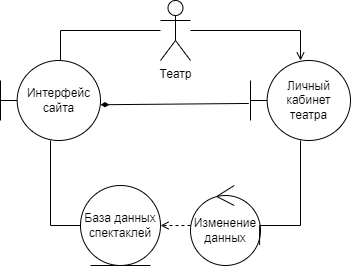
This is src/pract2/gall/uml_fethe_chang.png from yarosshest/MIREA-AnalysisOfSystems, a draw.io export, as it was before one commit. Source tidied: cells renumbered, new cells last; positions are measured from the earlier drawing's top-left corner, leaving out a move shared by most shapes. The source it was exported from:
```xml
<mxGraphModel>
  <root>
    <mxCell id="0" />
    <mxCell id="1" parent="0" />
    <mxCell id="2" style="edgeStyle=orthogonalEdgeStyle;rounded=0;jettySize=auto;html=1;entryX=0;entryY=0.5;entryDx=0;entryDy=0;endArrow=none;endFill=0;" parent="1" edge="1" source="4" target="5">
      <mxGeometry relative="1" as="geometry" />
    </mxCell>
    <mxCell id="3" style="edgeStyle=orthogonalEdgeStyle;rounded=0;jettySize=auto;html=1;endArrow=none;endFill=0;" parent="1" edge="1" source="4" target="11">
      <mxGeometry relative="1" as="geometry">
        <Array as="points">
          <mxPoint x="60" y="30" />
        </Array>
      </mxGeometry>
    </mxCell>
    <mxCell id="4" value="Интерфейс сайта" style="shape=umlBoundary;whiteSpace=wrap;html=1;" parent="1" vertex="1">
      <mxGeometry y="60" width="100" height="80" as="geometry" />
    </mxCell>
    <mxCell id="5" value="База данных спектаклей" style="ellipse;shape=umlEntity;whiteSpace=wrap;html=1;" parent="1" vertex="1">
      <mxGeometry x="80" y="185" width="80" height="80" as="geometry" />
    </mxCell>
    <mxCell id="6" style="edgeStyle=orthogonalEdgeStyle;rounded=0;jettySize=auto;html=1;endArrow=open;endFill=0;dashed=1;" parent="1" edge="1" source="7" target="5">
      <mxGeometry relative="1" as="geometry">
        <Array as="points">
          <mxPoint x="140" y="240" />
        </Array>
      </mxGeometry>
    </mxCell>
    <mxCell id="7" value="Изменение данных" style="ellipse;shape=umlControl;whiteSpace=wrap;html=1;" parent="1" vertex="1">
      <mxGeometry x="190" y="185" width="70" height="80" as="geometry" />
    </mxCell>
    <mxCell id="8" style="edgeStyle=orthogonalEdgeStyle;rounded=0;jettySize=auto;html=1;entryX=0.987;entryY=0.744;entryDx=0;entryDy=0;entryPerimeter=0;endArrow=none;endFill=0;" parent="1" edge="1" source="9" target="7">
      <mxGeometry relative="1" as="geometry">
        <Array as="points">
          <mxPoint x="300" y="225" />
          <mxPoint x="259" y="225" />
        </Array>
      </mxGeometry>
    </mxCell>
    <mxCell id="9" value="Личный кабинет театра" style="shape=umlBoundary;whiteSpace=wrap;html=1;" parent="1" vertex="1">
      <mxGeometry x="250" y="60" width="100" height="80" as="geometry" />
    </mxCell>
    <mxCell id="10" style="edgeStyle=orthogonalEdgeStyle;rounded=0;jettySize=auto;html=1;endArrow=open;endFill=0;" parent="1" edge="1" source="11" target="9">
      <mxGeometry relative="1" as="geometry">
        <Array as="points">
          <mxPoint x="300" y="30" />
        </Array>
      </mxGeometry>
    </mxCell>
    <mxCell id="11" value="Театр" style="shape=umlActor;verticalLabelPosition=bottom;verticalAlign=top;html=1;outlineConnect=0;fillColor=none;" parent="1" vertex="1">
      <mxGeometry x="160" width="30" height="60" as="geometry" />
    </mxCell>
    <mxCell id="12" style="endArrow=diamondThin;html=1;rounded=0;exitX=-0.017;exitY=0.537;exitDx=0;exitDy=0;exitPerimeter=0;endFill=1;entryX=1;entryY=0.553;entryDx=0;entryDy=0;entryPerimeter=0;strokeWidth=1;" parent="1" edge="1" source="9" target="4">
      <mxGeometry relative="1" as="geometry" />
    </mxCell>
  </root>
</mxGraphModel>
```
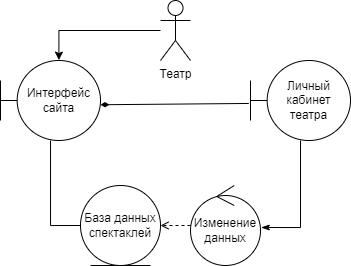
After the change.

Change to the diagram source:
```diff
@@ -5,13 +5,6 @@
     <mxCell id="2" style="edgeStyle=orthogonalEdgeStyle;rounded=0;jettySize=auto;html=1;entryX=0;entryY=0.5;entryDx=0;entryDy=0;endArrow=none;endFill=0;" parent="1" edge="1" source="4" target="5">
       <mxGeometry relative="1" as="geometry" />
     </mxCell>
-    <mxCell id="3" style="edgeStyle=orthogonalEdgeStyle;rounded=0;jettySize=auto;html=1;endArrow=none;endFill=0;" parent="1" edge="1" source="4" target="11">
-      <mxGeometry relative="1" as="geometry">
-        <Array as="points">
-          <mxPoint x="60" y="30" />
-        </Array>
-      </mxGeometry>
-    </mxCell>
     <mxCell id="4" value="Интерфейс сайта" style="shape=umlBoundary;whiteSpace=wrap;html=1;" parent="1" vertex="1">
       <mxGeometry y="60" width="100" height="80" as="geometry" />
     </mxCell>
@@ -28,24 +21,15 @@
     <mxCell id="7" value="Изменение данных" style="ellipse;shape=umlControl;whiteSpace=wrap;html=1;" parent="1" vertex="1">
       <mxGeometry x="190" y="185" width="70" height="80" as="geometry" />
     </mxCell>
-    <mxCell id="8" style="edgeStyle=orthogonalEdgeStyle;rounded=0;jettySize=auto;html=1;entryX=0.987;entryY=0.744;entryDx=0;entryDy=0;entryPerimeter=0;endArrow=none;endFill=0;" parent="1" edge="1" source="9" target="7">
-      <mxGeometry relative="1" as="geometry">
-        <Array as="points">
-          <mxPoint x="300" y="225" />
-          <mxPoint x="259" y="225" />
-        </Array>
-      </mxGeometry>
+    <mxCell id="8" style="edgeStyle=orthogonalEdgeStyle;rounded=0;jettySize=auto;html=1;strokeWidth=1;endArrow=classicThin;endFill=1;entryX=1.01;entryY=0.525;entryDx=0;entryDy=0;entryPerimeter=0;" parent="1" edge="1" source="9" target="7">
+      <mxGeometry relative="1" as="geometry" />
     </mxCell>
     <mxCell id="9" value="Личный кабинет театра" style="shape=umlBoundary;whiteSpace=wrap;html=1;" parent="1" vertex="1">
       <mxGeometry x="250" y="60" width="100" height="80" as="geometry" />
     </mxCell>
-    <mxCell id="10" style="edgeStyle=orthogonalEdgeStyle;rounded=0;jettySize=auto;html=1;endArrow=open;endFill=0;" parent="1" edge="1" source="11" target="9">
-      <mxGeometry relative="1" as="geometry">
-        <Array as="points">
-          <mxPoint x="300" y="30" />
-        </Array>
-      </mxGeometry>
-    </mxCell>
+    <mxCell id="13" style="edgeStyle=orthogonalEdgeStyle;rounded=0;jettySize=auto;html=1;entryX=0.584;entryY=-0.005;entryDx=0;entryDy=0;entryPerimeter=0;strokeWidth=1;endArrow=classic;endFill=1;" parent="1" edge="1" source="11" target="4">
+      <mxGeometry relative="1" as="geometry" />
+    </mxCell>
     <mxCell id="11" value="Театр" style="shape=umlActor;verticalLabelPosition=bottom;verticalAlign=top;html=1;outlineConnect=0;fillColor=none;" parent="1" vertex="1">
       <mxGeometry x="160" width="30" height="60" as="geometry" />
     </mxCell>
```
